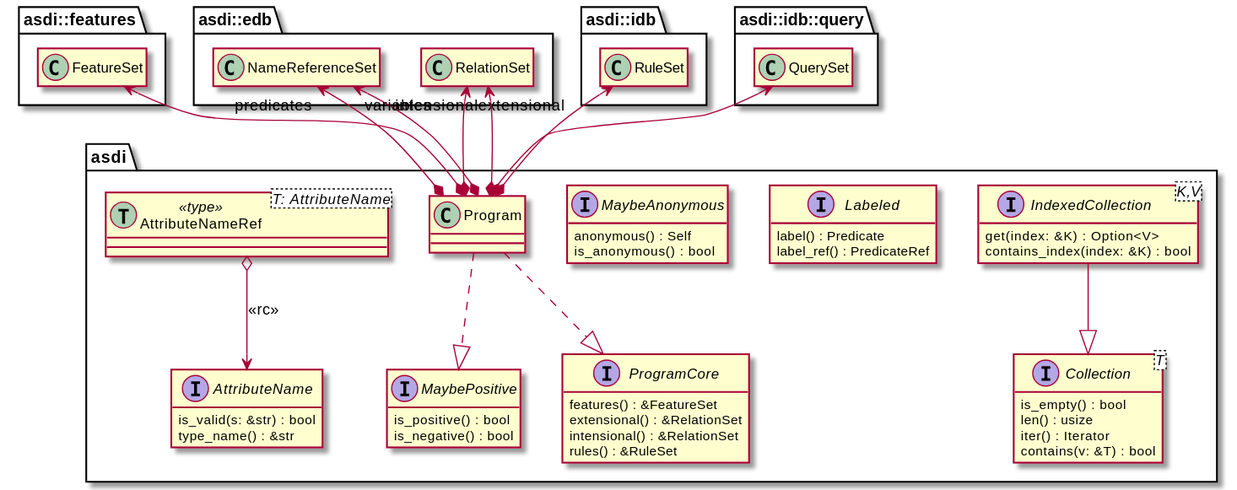
johnstonskj/rust-asdi keeps this PlantUML diagram as book/src/model/lib.svg. Above is the earlier version.
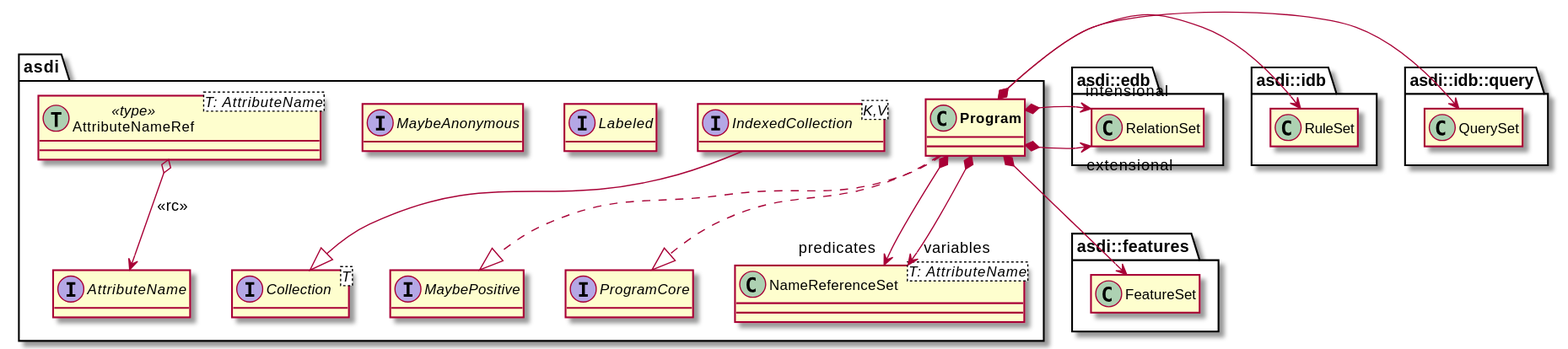
Above is the later version.

Change to the diagram source:
```diff
@@ -8,9 +8,6 @@
 class asdi::edb::RelationSet
 hide "asdi::edb::RelationSet" members
 
-class asdi::edb::NameReferenceSet
-hide "asdi::edb::NameReferenceSet" members
-
 class asdi::idb::RuleSet
 hide "asdi::idb::RuleSet" members
 
@@ -19,55 +16,31 @@
 
 namespace asdi {
 
-    interface AttributeName {
-        is_valid(s: &str) : bool
-        type_name() : &str
-    }
-    interface Collection<T> {
-        is_empty() : bool
-        len() : usize
-        iter() : Iterator<&T>
-        contains(v: &T) : bool
-    }
-    interface IndexedCollection<K,V> {
-        get(index: &K) : Option<V>
-        contains_index(index: &K) : bool
-    }
-    interface Labeled {
-        label() : Predicate
-        label_ref() : PredicateRef
-    }
-    interface MaybeAnonymous {
-        anonymous() : Self
-        is_anonymous() : bool
-    }
-    interface MaybePositive {
-        is_positive() : bool
-        is_negative() : bool
-    }
-    interface ProgramCore {
-        features() : &FeatureSet
-        extensional() : &RelationSet
-        intensional() : &RelationSet
-        rules() : &RuleSet
-    }
+    interface AttributeName
+    interface Collection<T>
+    interface IndexedCollection<K,V>
+    interface Labeled
+    interface MaybeAnonymous
+    interface MaybePositive
+    interface ProgramCore
+
+    class AttributeNameRef<T: AttributeName> << (T,#ADD1B2) type>>
+    class NameReferenceSet<T: AttributeName>
+    class "**Program**" as Program
+
+    AttributeNameRef o-down-> AttributeName: <<rc>>
 
     IndexedCollection --|> Collection
 
-    class Program
-
     Program ..|> ProgramCore
     Program ..|> MaybePositive
-    Program *-up-> asdi::features::FeatureSet
-    Program *-up-> "extensional" asdi::edb::RelationSet
-    Program *-up-> "intensional" asdi::edb::RelationSet
-    Program *-up-> "predicates" asdi::edb::NameReferenceSet
-    Program *-up-> "variables" asdi::edb::NameReferenceSet
-    Program *-up-> asdi::idb::RuleSet
-    Program *-up-> asdi::idb::query::QuerySet
-
-    class AttributeNameRef<T: AttributeName> << (T,#ADD1B2) type>>
-    AttributeNameRef o-down-> AttributeName: <<rc>>
+    Program *--> asdi::features::FeatureSet
+    Program *-> "extensional" asdi::edb::RelationSet
+    Program *--> "intensional" asdi::edb::RelationSet
+    Program *--> "predicates" NameReferenceSet
+    Program *--> "variables" NameReferenceSet
+    Program *-> asdi::idb::RuleSet
+    Program *-> asdi::idb::query::QuerySet
 }
 
 @enduml
```
